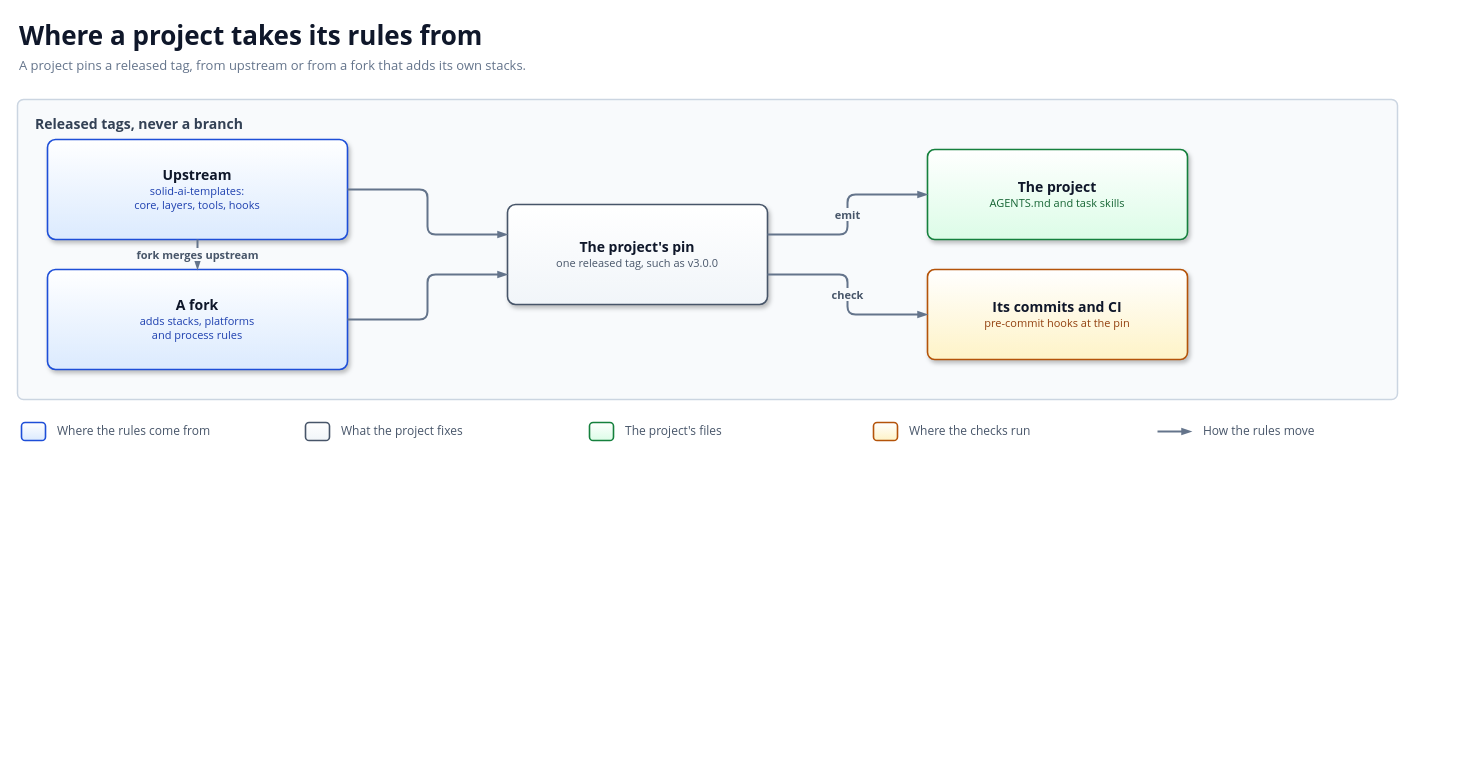
solid-ai-dev/solid-ai-templates keeps this draw.io diagram as docs/diagrams/primer-sources.drawio. Above is the earlier version. Source tidied: cells renumbered, new cells numbered last; positions are measured from the earlier drawing's top-left corner, leaving out a move shared by most shapes. Both pictures are drawn from the tidied source at 100%, with x=0, y=0 at pixel (17, 17).
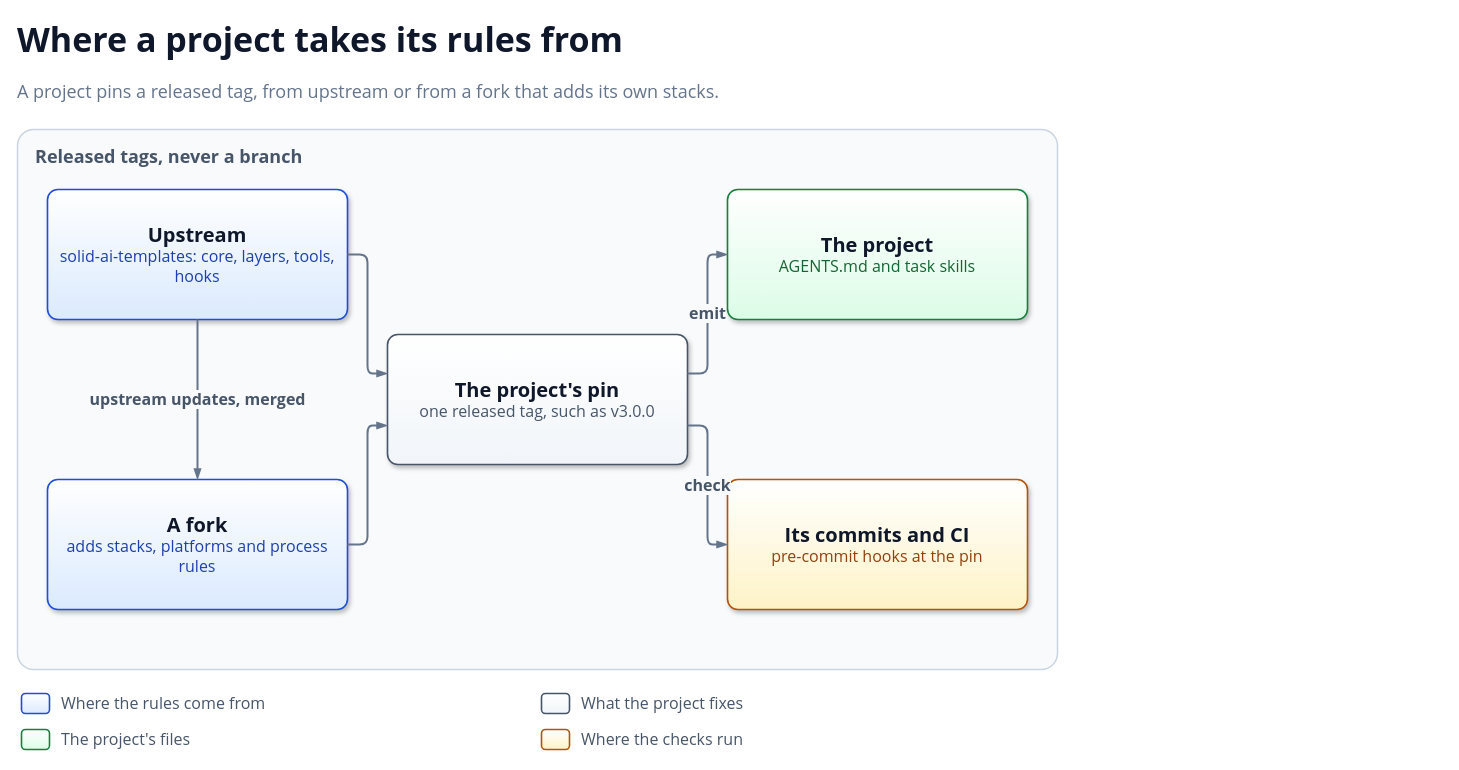
The same page after the edit.

Commit message (it also covers changes not shown here):
docs(primer): set the diagrams at the benchmark's type sizes, on narrower pages (#2481)

The edit, as a diff of the source:
```diff
@@
-    <mxCell id="2" value="Where a project takes its rules from" style="text;html=1;whiteSpace=wrap;strokeColor=none;fillColor=none;align=left;verticalAlign=middle;fontFamily=Segoe UI;fontSize=26;fontColor=#0F172A;fontStyle=1;" parent="1" vertex="1">
-      <mxGeometry width="1380" height="36" as="geometry" />
-    </mxCell>
-    <mxCell id="3" value="A project pins a released tag, from upstream or from a fork that adds its own stacks." style="text;html=1;whiteSpace=wrap;strokeColor=none;fillColor=none;align=left;verticalAlign=middle;fontFamily=Segoe UI;fontSize=13;fontColor=#64748B;" parent="1" vertex="1">
-      <mxGeometry y="36" width="1380" height="24" as="geometry" />
-    </mxCell>
-    <mxCell id="4" value="Released tags, never a branch" style="rounded=1;arcSize=2;whiteSpace=wrap;html=1;fillColor=#F8FAFC;strokeColor=#CBD5E1;strokeWidth=1.5;align=left;verticalAlign=top;spacingLeft=16;spacingTop=10;fontFamily=Segoe UI;fontSize=14;fontColor=#334155;fontStyle=1;" parent="1" vertex="1">
-      <mxGeometry y="82" width="1380" height="300" as="geometry" />
+    <mxCell id="4" value="Where a project takes its rules from" style="text;html=1;whiteSpace=wrap;strokeColor=none;fillColor=none;align=left;verticalAlign=middle;fontFamily=Segoe UI;fontSize=34;fontColor=#0F172A;spacing=0;fontStyle=1;" parent="1" vertex="1">
+      <mxGeometry width="1040" height="44" as="geometry" />
     </mxCell>
-    <mxCell id="5" value="&lt;b style='font-size:14px;color:#0F172A'&gt;Upstream&lt;/b&gt;&lt;br&gt;&lt;span style='font-size:11px;color:#1E40AF'&gt;solid-ai-templates:&lt;br&gt;core, layers, tools, hooks&lt;/span&gt;" style="rounded=1;arcSize=8;whiteSpace=wrap;html=1;fillColor=#DBEAFE;gradientColor=#FFFFFF;gradientDirection=north;strokeColor=#1D4ED8;strokeWidth=1.6;shadow=1;align=center;fontFamily=Segoe UI;fontColor=#0F172A;spacing=6;" parent="1" vertex="1">
-      <mxGeometry x="30" y="122" width="300" height="100" as="geometry" />
+    <mxCell id="5" value="A project pins a released tag, from upstream or from a fork that adds its own stacks." style="text;html=1;whiteSpace=wrap;strokeColor=none;fillColor=none;align=left;verticalAlign=middle;fontFamily=Segoe UI;fontSize=18;fontColor=#64748B;spacing=0;" parent="1" vertex="1">
+      <mxGeometry y="48" width="1040" height="52" as="geometry" />
     </mxCell>
-    <mxCell id="6" value="&lt;b style='font-size:14px;color:#0F172A'&gt;A fork&lt;/b&gt;&lt;br&gt;&lt;span style='font-size:11px;color:#1E40AF'&gt;adds stacks, platforms&lt;br&gt;and process rules&lt;/span&gt;" style="rounded=1;arcSize=8;whiteSpace=wrap;html=1;fillColor=#DBEAFE;gradientColor=#FFFFFF;gradientDirection=north;strokeColor=#1D4ED8;strokeWidth=1.6;shadow=1;align=center;fontFamily=Segoe UI;fontColor=#0F172A;spacing=6;" parent="1" vertex="1">
-      <mxGeometry x="30" y="252" width="300" height="100" as="geometry" />
+    <mxCell id="6" value="Released tags, never a branch" style="rounded=1;arcSize=3;whiteSpace=wrap;html=1;fillColor=#F8FAFC;strokeColor=#CBD5E1;strokeWidth=1.5;align=left;verticalAlign=top;spacingLeft=16;spacingTop=10;fontFamily=Segoe UI;fontSize=18;fontColor=#475569;fontStyle=1;" parent="1" vertex="1">
+      <mxGeometry y="112" width="1040" height="540" as="geometry" />
     </mxCell>
-    <mxCell id="7" value="&lt;b style='font-size:14px;color:#0F172A'&gt;The project's pin&lt;/b&gt;&lt;br&gt;&lt;span style='font-size:11px;color:#475569'&gt;one released tag, such as v3.0.0&lt;/span&gt;" style="rounded=1;arcSize=8;whiteSpace=wrap;html=1;fillColor=#F1F5F9;gradientColor=#FFFFFF;gradientDirection=north;strokeColor=#475569;strokeWidth=1.6;shadow=1;align=center;fontFamily=Segoe UI;fontColor=#0F172A;spacing=6;" parent="1" vertex="1">
-      <mxGeometry x="490" y="187" width="260" height="100" as="geometry" />
+    <mxCell id="7" value="&lt;b style='font-size:20px;color:#0F172A'&gt;Upstream&lt;/b&gt;&lt;br&gt;&lt;span style='font-size:16px;color:#1E40AF'&gt;solid-ai-templates: core, layers, tools, hooks&lt;/span&gt;" style="rounded=1;arcSize=8;whiteSpace=wrap;html=1;fillColor=#DBEAFE;gradientColor=#FFFFFF;gradientDirection=north;strokeColor=#1D4ED8;strokeWidth=1.6;shadow=1;align=center;fontFamily=Segoe UI;fontColor=#0F172A;spacing=8;" parent="1" vertex="1">
+      <mxGeometry x="30" y="172" width="300" height="130" as="geometry" />
     </mxCell>
-    <mxCell id="8" value="&lt;b style='font-size:14px;color:#0F172A'&gt;The project&lt;/b&gt;&lt;br&gt;&lt;span style='font-size:11px;color:#166534'&gt;AGENTS.md and task skills&lt;/span&gt;" style="rounded=1;arcSize=8;whiteSpace=wrap;html=1;fillColor=#DCFCE7;gradientColor=#FFFFFF;gradientDirection=north;strokeColor=#15803D;strokeWidth=1.6;shadow=1;align=center;fontFamily=Segoe UI;fontColor=#0F172A;spacing=6;" parent="1" vertex="1">
-      <mxGeometry x="910" y="132" width="260" height="90" as="geometry" />
+    <mxCell id="8" value="&lt;b style='font-size:20px;color:#0F172A'&gt;A fork&lt;/b&gt;&lt;br&gt;&lt;span style='font-size:16px;color:#1E40AF'&gt;adds stacks, platforms and process rules&lt;/span&gt;" style="rounded=1;arcSize=8;whiteSpace=wrap;html=1;fillColor=#DBEAFE;gradientColor=#FFFFFF;gradientDirection=north;strokeColor=#1D4ED8;strokeWidth=1.6;shadow=1;align=center;fontFamily=Segoe UI;fontColor=#0F172A;spacing=8;" parent="1" vertex="1">
+      <mxGeometry x="30" y="462" width="300" height="130" as="geometry" />
     </mxCell>
-    <mxCell id="9" value="&lt;b style='font-size:14px;color:#0F172A'&gt;Its commits and CI&lt;/b&gt;&lt;br&gt;&lt;span style='font-size:11px;color:#92400E'&gt;pre-commit hooks at the pin&lt;/span&gt;" style="rounded=1;arcSize=8;whiteSpace=wrap;html=1;fillColor=#FEF3C7;gradientColor=#FFFFFF;gradientDirection=north;strokeColor=#B45309;strokeWidth=1.6;shadow=1;align=center;fontFamily=Segoe UI;fontColor=#0F172A;spacing=6;" parent="1" vertex="1">
-      <mxGeometry x="910" y="252" width="260" height="90" as="geometry" />
+    <mxCell id="9" value="&lt;b style='font-size:20px;color:#0F172A'&gt;The project's pin&lt;/b&gt;&lt;br&gt;&lt;span style='font-size:16px;color:#475569'&gt;one released tag, such as v3.0.0&lt;/span&gt;" style="rounded=1;arcSize=8;whiteSpace=wrap;html=1;fillColor=#F1F5F9;gradientColor=#FFFFFF;gradientDirection=north;strokeColor=#475569;strokeWidth=1.6;shadow=1;align=center;fontFamily=Segoe UI;fontColor=#0F172A;spacing=8;" parent="1" vertex="1">
+      <mxGeometry x="370" y="317" width="300" height="130" as="geometry" />
     </mxCell>
-    <mxCell id="10" value="fork merges upstream" style="edgeStyle=orthogonalEdgeStyle;rounded=1;arcSize=16;html=1;jettySize=auto;strokeColor=#64748B;strokeWidth=2.0;endArrow=blockThin;endFill=1;endSize=5;fontFamily=Segoe UI;fontSize=11;fontColor=#475569;fontStyle=1;labelBackgroundColor=#F8FAFC;exitX=0.5;exitY=1;entryX=0.5;entryY=0;" parent="1" edge="1" source="5" target="6">
-      <mxGeometry relative="1" as="geometry" />
+    <mxCell id="10" value="&lt;b style='font-size:20px;color:#0F172A'&gt;The project&lt;/b&gt;&lt;br&gt;&lt;span style='font-size:16px;color:#166534'&gt;AGENTS.md and task skills&lt;/span&gt;" style="rounded=1;arcSize=8;whiteSpace=wrap;html=1;fillColor=#DCFCE7;gradientColor=#FFFFFF;gradientDirection=north;strokeColor=#15803D;strokeWidth=1.6;shadow=1;align=center;fontFamily=Segoe UI;fontColor=#0F172A;spacing=8;" parent="1" vertex="1">
+      <mxGeometry x="710" y="172" width="300" height="130" as="geometry" />
     </mxCell>
-    <mxCell id="11" style="edgeStyle=orthogonalEdgeStyle;rounded=1;arcSize=16;html=1;jettySize=auto;strokeColor=#64748B;strokeWidth=2.0;endArrow=blockThin;endFill=1;endSize=5;fontFamily=Segoe UI;fontSize=11;fontColor=#475569;fontStyle=1;labelBackgroundColor=#F8FAFC;exitX=1;exitY=0.5;entryX=0;entryY=0.3;" parent="1" edge="1" source="5" target="7">
-      <mxGeometry relative="1" as="geometry" />
+    <mxCell id="11" value="&lt;b style='font-size:20px;color:#0F172A'&gt;Its commits and CI&lt;/b&gt;&lt;br&gt;&lt;span style='font-size:16px;color:#92400E'&gt;pre-commit hooks at the pin&lt;/span&gt;" style="rounded=1;arcSize=8;whiteSpace=wrap;html=1;fillColor=#FEF3C7;gradientColor=#FFFFFF;gradientDirection=north;strokeColor=#B45309;strokeWidth=1.6;shadow=1;align=center;fontFamily=Segoe UI;fontColor=#0F172A;spacing=8;" parent="1" vertex="1">
+      <mxGeometry x="710" y="462" width="300" height="130" as="geometry" />
     </mxCell>
-    <mxCell id="12" style="edgeStyle=orthogonalEdgeStyle;rounded=1;arcSize=16;html=1;jettySize=auto;strokeColor=#64748B;strokeWidth=2.0;endArrow=blockThin;endFill=1;endSize=5;fontFamily=Segoe UI;fontSize=11;fontColor=#475569;fontStyle=1;labelBackgroundColor=#F8FAFC;exitX=1;exitY=0.5;entryX=0;entryY=0.7;" parent="1" edge="1" source="6" target="7">
+    <mxCell id="12" value="upstream updates, merged" style="edgeStyle=orthogonalEdgeStyle;rounded=1;arcSize=16;html=1;jettySize=auto;strokeColor=#64748B;strokeWidth=2.0;endArrow=blockThin;endFill=1;endSize=6;fontFamily=Segoe UI;fontSize=16;fontColor=#475569;fontStyle=1;labelBackgroundColor=#F8FAFC;exitX=0.5;exitY=1;entryX=0.5;entryY=0;" parent="1" edge="1" source="7" target="8">
       <mxGeometry relative="1" as="geometry" />
     </mxCell>
-    <mxCell id="13" value="emit" style="edgeStyle=orthogonalEdgeStyle;rounded=1;arcSize=16;html=1;jettySize=auto;strokeColor=#64748B;strokeWidth=2.0;endArrow=blockThin;endFill=1;endSize=5;fontFamily=Segoe UI;fontSize=11;fontColor=#475569;fontStyle=1;labelBackgroundColor=#F8FAFC;exitX=1;exitY=0.3;entryX=0;entryY=0.5;" parent="1" edge="1" source="7" target="8">
+    <mxCell id="13" style="edgeStyle=orthogonalEdgeStyle;rounded=1;arcSize=16;html=1;jettySize=auto;strokeColor=#64748B;strokeWidth=2.0;endArrow=blockThin;endFill=1;endSize=6;fontFamily=Segoe UI;fontSize=16;fontColor=#475569;fontStyle=1;labelBackgroundColor=#F8FAFC;exitX=1;exitY=0.5;entryX=0;entryY=0.3;" parent="1" edge="1" source="7" target="9">
       <mxGeometry relative="1" as="geometry" />
     </mxCell>
-    <mxCell id="14" value="check" style="edgeStyle=orthogonalEdgeStyle;rounded=1;arcSize=16;html=1;jettySize=auto;strokeColor=#64748B;strokeWidth=2.0;endArrow=blockThin;endFill=1;endSize=5;fontFamily=Segoe UI;fontSize=11;fontColor=#475569;fontStyle=1;labelBackgroundColor=#F8FAFC;exitX=1;exitY=0.7;entryX=0;entryY=0.5;" parent="1" edge="1" source="7" target="9">
+    <mxCell id="14" style="edgeStyle=orthogonalEdgeStyle;rounded=1;arcSize=16;html=1;jettySize=auto;strokeColor=#64748B;strokeWidth=2.0;endArrow=blockThin;endFill=1;endSize=6;fontFamily=Segoe UI;fontSize=16;fontColor=#475569;fontStyle=1;labelBackgroundColor=#F8FAFC;exitX=1;exitY=0.5;entryX=0;entryY=0.7;" parent="1" edge="1" source="8" target="9">
       <mxGeometry relative="1" as="geometry" />
     </mxCell>
-    <mxCell id="15" style="rounded=1;arcSize=20;whiteSpace=wrap;html=1;gradientColor=#FFFFFF;gradientDirection=north;strokeWidth=1.6;fillColor=#DBEAFE;strokeColor=#1D4ED8;" parent="1" vertex="1">
-      <mxGeometry x="4" y="405" width="24" height="18" as="geometry" />
+    <mxCell id="15" value="emit" style="edgeStyle=orthogonalEdgeStyle;rounded=1;arcSize=16;html=1;jettySize=auto;strokeColor=#64748B;strokeWidth=2.0;endArrow=blockThin;endFill=1;endSize=6;fontFamily=Segoe UI;fontSize=16;fontColor=#475569;fontStyle=1;labelBackgroundColor=#F8FAFC;exitX=1;exitY=0.3;entryX=0;entryY=0.5;" parent="1" edge="1" source="9" target="10">
+      <mxGeometry relative="1" as="geometry" />
     </mxCell>
-    <mxCell id="16" value="Where the rules come from" style="text;html=1;whiteSpace=wrap;strokeColor=none;fillColor=none;align=left;verticalAlign=middle;fontFamily=Segoe UI;fontSize=12;fontColor=#475569;" parent="1" vertex="1">
-      <mxGeometry x="38" y="402" width="240" height="24" as="geometry" />
+    <mxCell id="16" value="check" style="edgeStyle=orthogonalEdgeStyle;rounded=1;arcSize=16;html=1;jettySize=auto;strokeColor=#64748B;strokeWidth=2.0;endArrow=blockThin;endFill=1;endSize=6;fontFamily=Segoe UI;fontSize=16;fontColor=#475569;fontStyle=1;labelBackgroundColor=#F8FAFC;exitX=1;exitY=0.7;entryX=0;entryY=0.5;" parent="1" edge="1" source="9" target="11">
+      <mxGeometry relative="1" as="geometry" />
     </mxCell>
-    <mxCell id="17" style="rounded=1;arcSize=20;whiteSpace=wrap;html=1;gradientColor=#FFFFFF;gradientDirection=north;strokeWidth=1.6;fillColor=#F1F5F9;strokeColor=#475569;" parent="1" vertex="1">
-      <mxGeometry x="288" y="405" width="24" height="18" as="geometry" />
+    <mxCell id="17" style="rounded=1;arcSize=20;whiteSpace=wrap;html=1;gradientColor=#FFFFFF;gradientDirection=north;strokeWidth=1.6;fillColor=#DBEAFE;strokeColor=#1D4ED8;" parent="1" vertex="1">
+      <mxGeometry x="4" y="676" width="28" height="20" as="geometry" />
     </mxCell>
-    <mxCell id="18" value="What the project fixes" style="text;html=1;whiteSpace=wrap;strokeColor=none;fillColor=none;align=left;verticalAlign=middle;fontFamily=Segoe UI;fontSize=12;fontColor=#475569;" parent="1" vertex="1">
-      <mxGeometry x="322" y="402" width="240" height="24" as="geometry" />
+    <mxCell id="18" value="Where the rules come from" style="text;html=1;whiteSpace=wrap;strokeColor=none;fillColor=none;align=left;verticalAlign=middle;fontFamily=Segoe UI;fontSize=16;fontColor=#475569;spacing=0;" parent="1" vertex="1">
+      <mxGeometry x="44" y="672" width="460" height="28" as="geometry" />
     </mxCell>
-    <mxCell id="19" style="rounded=1;arcSize=20;whiteSpace=wrap;html=1;gradientColor=#FFFFFF;gradientDirection=north;strokeWidth=1.6;fillColor=#DCFCE7;strokeColor=#15803D;" parent="1" vertex="1">
-      <mxGeometry x="572" y="405" width="24" height="18" as="geometry" />
+    <mxCell id="19" style="rounded=1;arcSize=20;whiteSpace=wrap;html=1;gradientColor=#FFFFFF;gradientDirection=north;strokeWidth=1.6;fillColor=#F1F5F9;strokeColor=#475569;" parent="1" vertex="1">
+      <mxGeometry x="524" y="676" width="28" height="20" as="geometry" />
     </mxCell>
-    <mxCell id="20" value="The project's files" style="text;html=1;whiteSpace=wrap;strokeColor=none;fillColor=none;align=left;verticalAlign=middle;fontFamily=Segoe UI;fontSize=12;fontColor=#475569;" parent="1" vertex="1">
-      <mxGeometry x="606" y="402" width="240" height="24" as="geometry" />
+    <mxCell id="20" value="What the project fixes" style="text;html=1;whiteSpace=wrap;strokeColor=none;fillColor=none;align=left;verticalAlign=middle;fontFamily=Segoe UI;fontSize=16;fontColor=#475569;spacing=0;" parent="1" vertex="1">
+      <mxGeometry x="564" y="672" width="460" height="28" as="geometry" />
     </mxCell>
-    <mxCell id="21" style="rounded=1;arcSize=20;whiteSpace=wrap;html=1;gradientColor=#FFFFFF;gradientDirection=north;strokeWidth=1.6;fillColor=#FEF3C7;strokeColor=#B45309;" parent="1" vertex="1">
-      <mxGeometry x="856" y="405" width="24" height="18" as="geometry" />
+    <mxCell id="21" style="rounded=1;arcSize=20;whiteSpace=wrap;html=1;gradientColor=#FFFFFF;gradientDirection=north;strokeWidth=1.6;fillColor=#DCFCE7;strokeColor=#15803D;" parent="1" vertex="1">
+      <mxGeometry x="4" y="712" width="28" height="20" as="geometry" />
     </mxCell>
-    <mxCell id="22" value="Where the checks run" style="text;html=1;whiteSpace=wrap;strokeColor=none;fillColor=none;align=left;verticalAlign=middle;fontFamily=Segoe UI;fontSize=12;fontColor=#475569;" parent="1" vertex="1">
-      <mxGeometry x="890" y="402" width="240" height="24" as="geometry" />
+    <mxCell id="22" value="The project's files" style="text;html=1;whiteSpace=wrap;strokeColor=none;fillColor=none;align=left;verticalAlign=middle;fontFamily=Segoe UI;fontSize=16;fontColor=#475569;spacing=0;" parent="1" vertex="1">
+      <mxGeometry x="44" y="708" width="460" height="28" as="geometry" />
     </mxCell>
-    <mxCell id="23" style="endArrow=blockThin;endFill=1;endSize=5;html=1;strokeColor=#64748B;strokeWidth=2.0;" parent="1" edge="1">
-      <mxGeometry relative="1" as="geometry">
-        <mxPoint x="1140" y="414" as="sourcePoint" />
-        <mxPoint x="1174" y="414" as="targetPoint" />
-      </mxGeometry>
+    <mxCell id="23" style="rounded=1;arcSize=20;whiteSpace=wrap;html=1;gradientColor=#FFFFFF;gradientDirection=north;strokeWidth=1.6;fillColor=#FEF3C7;strokeColor=#B45309;" parent="1" vertex="1">
+      <mxGeometry x="524" y="712" width="28" height="20" as="geometry" />
     </mxCell>
-    <mxCell id="24" value="How the rules move" style="text;html=1;whiteSpace=wrap;strokeColor=none;fillColor=none;align=left;verticalAlign=middle;fontFamily=Segoe UI;fontSize=12;fontColor=#475569;" parent="1" vertex="1">
-      <mxGeometry x="1184" y="402" width="240" height="24" as="geometry" />
+    <mxCell id="24" value="Where the checks run" style="text;html=1;whiteSpace=wrap;strokeColor=none;fillColor=none;align=left;verticalAlign=middle;fontFamily=Segoe UI;fontSize=16;fontColor=#475569;spacing=0;" parent="1" vertex="1">
+      <mxGeometry x="564" y="708" width="460" height="28" as="geometry" />
     </mxCell>
```
